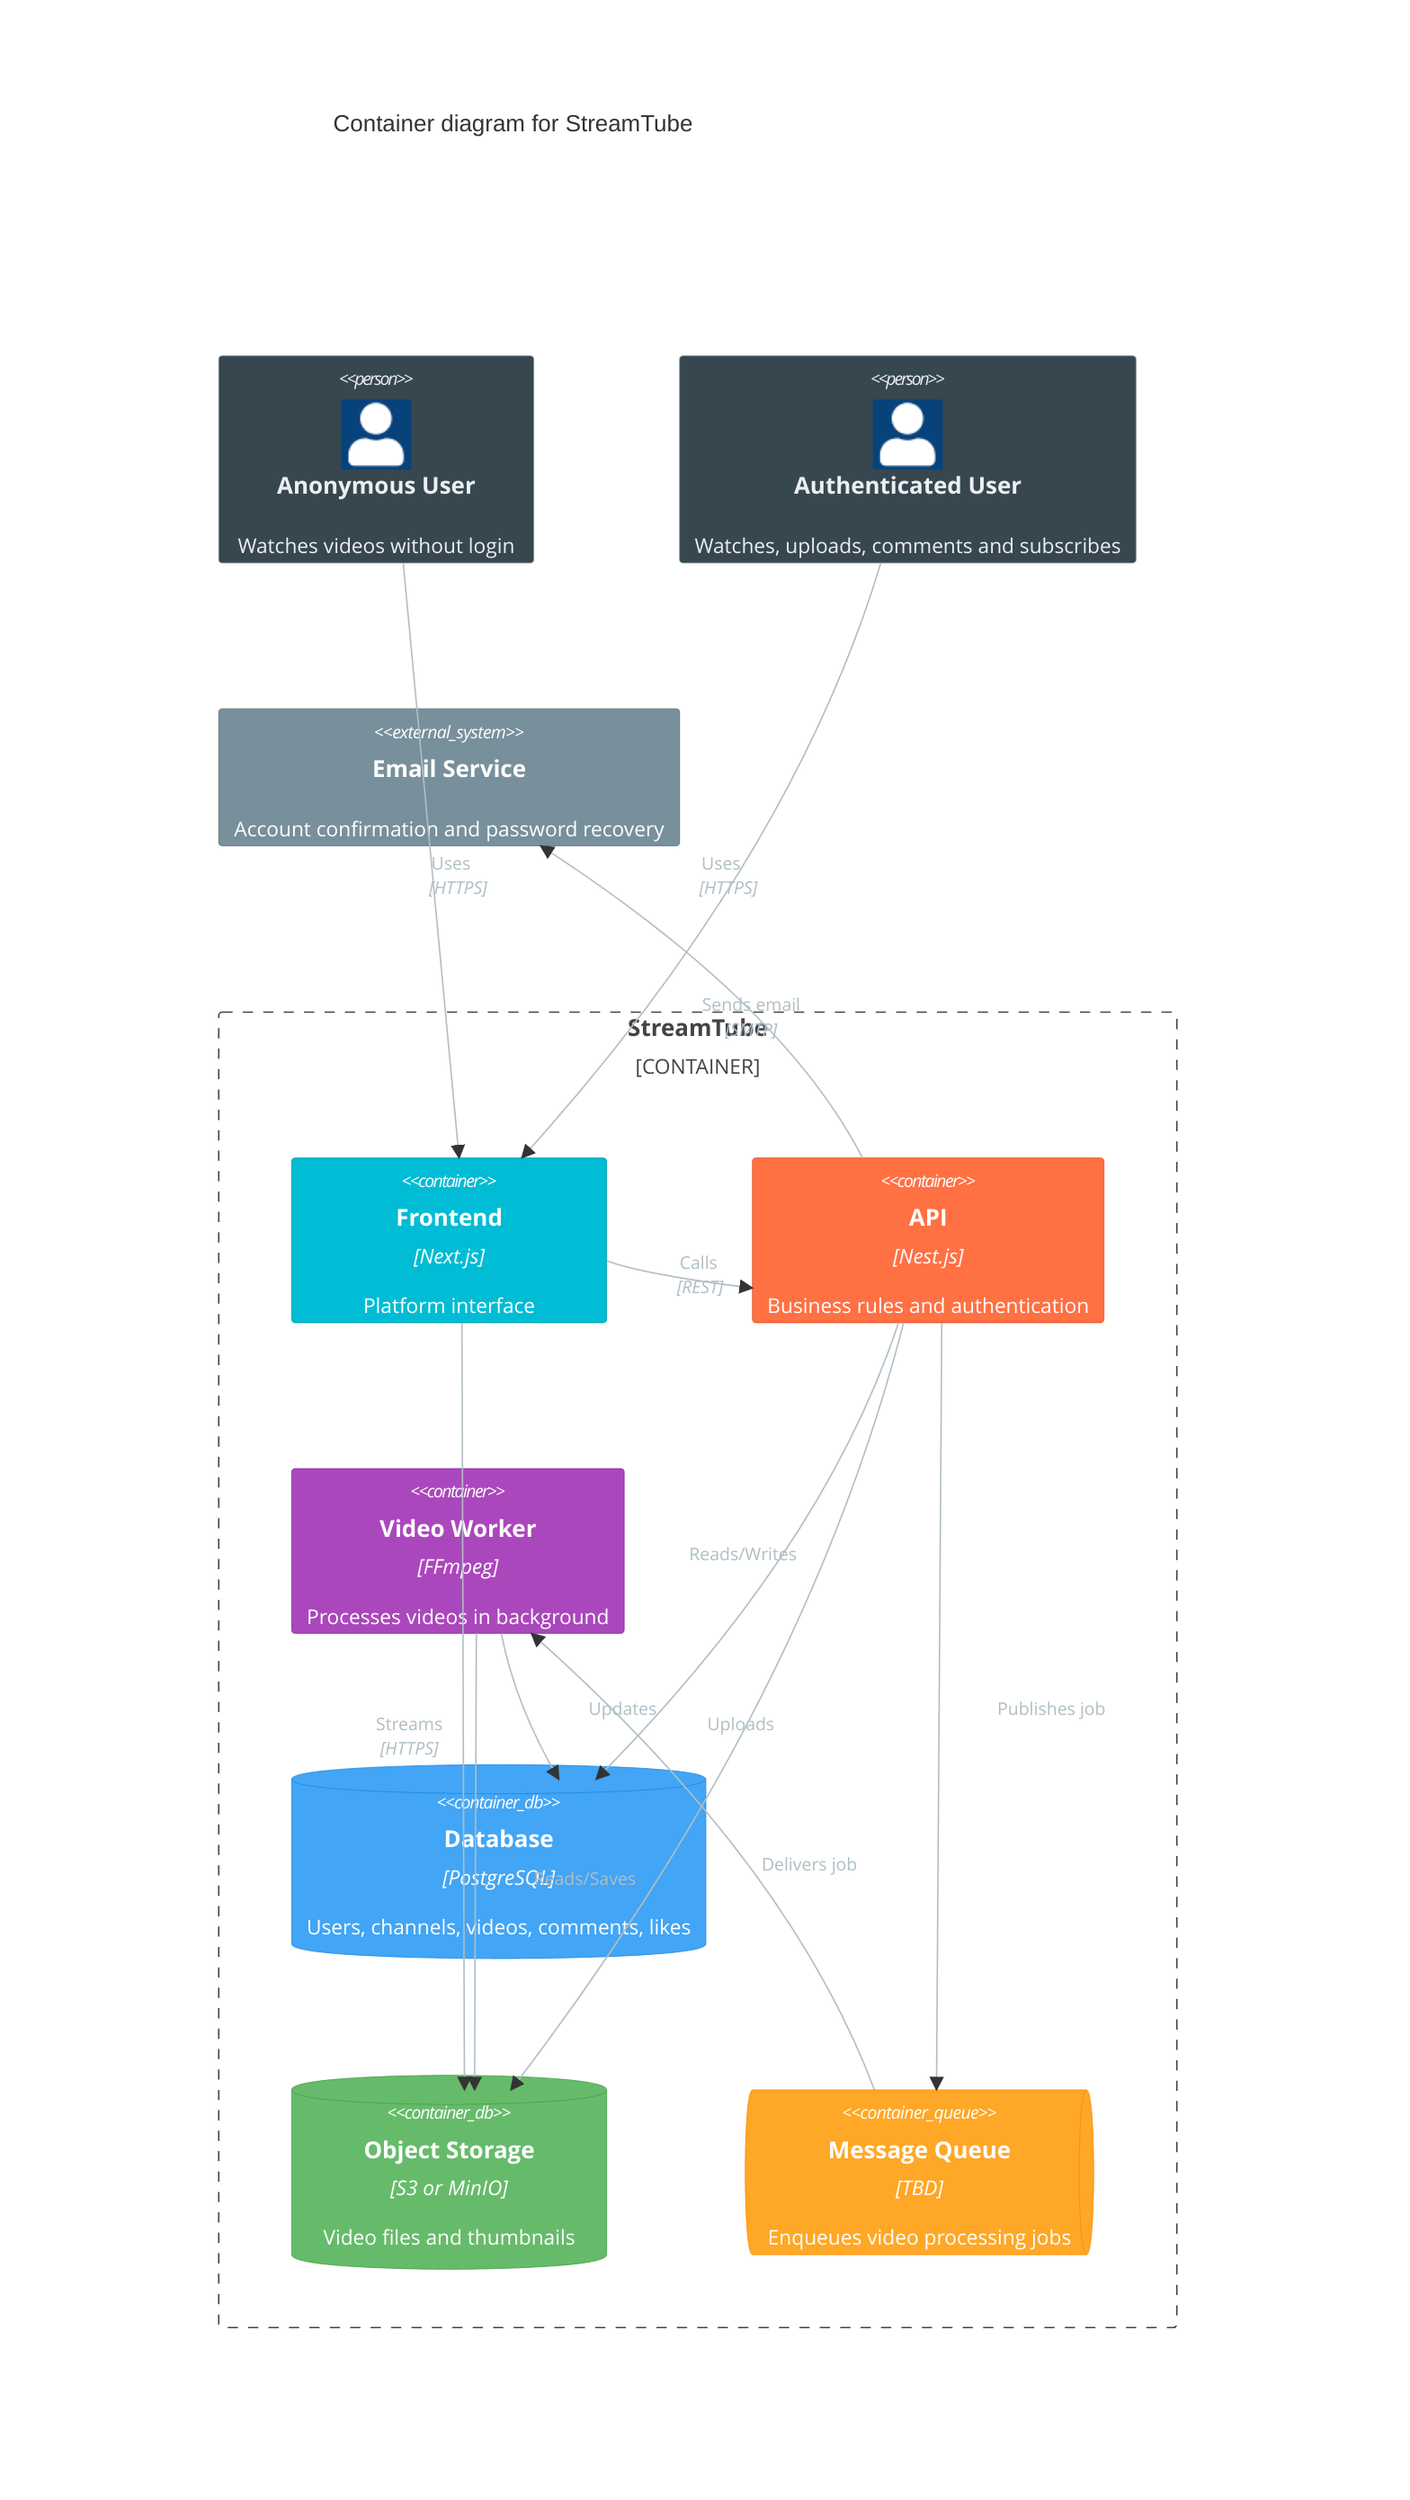
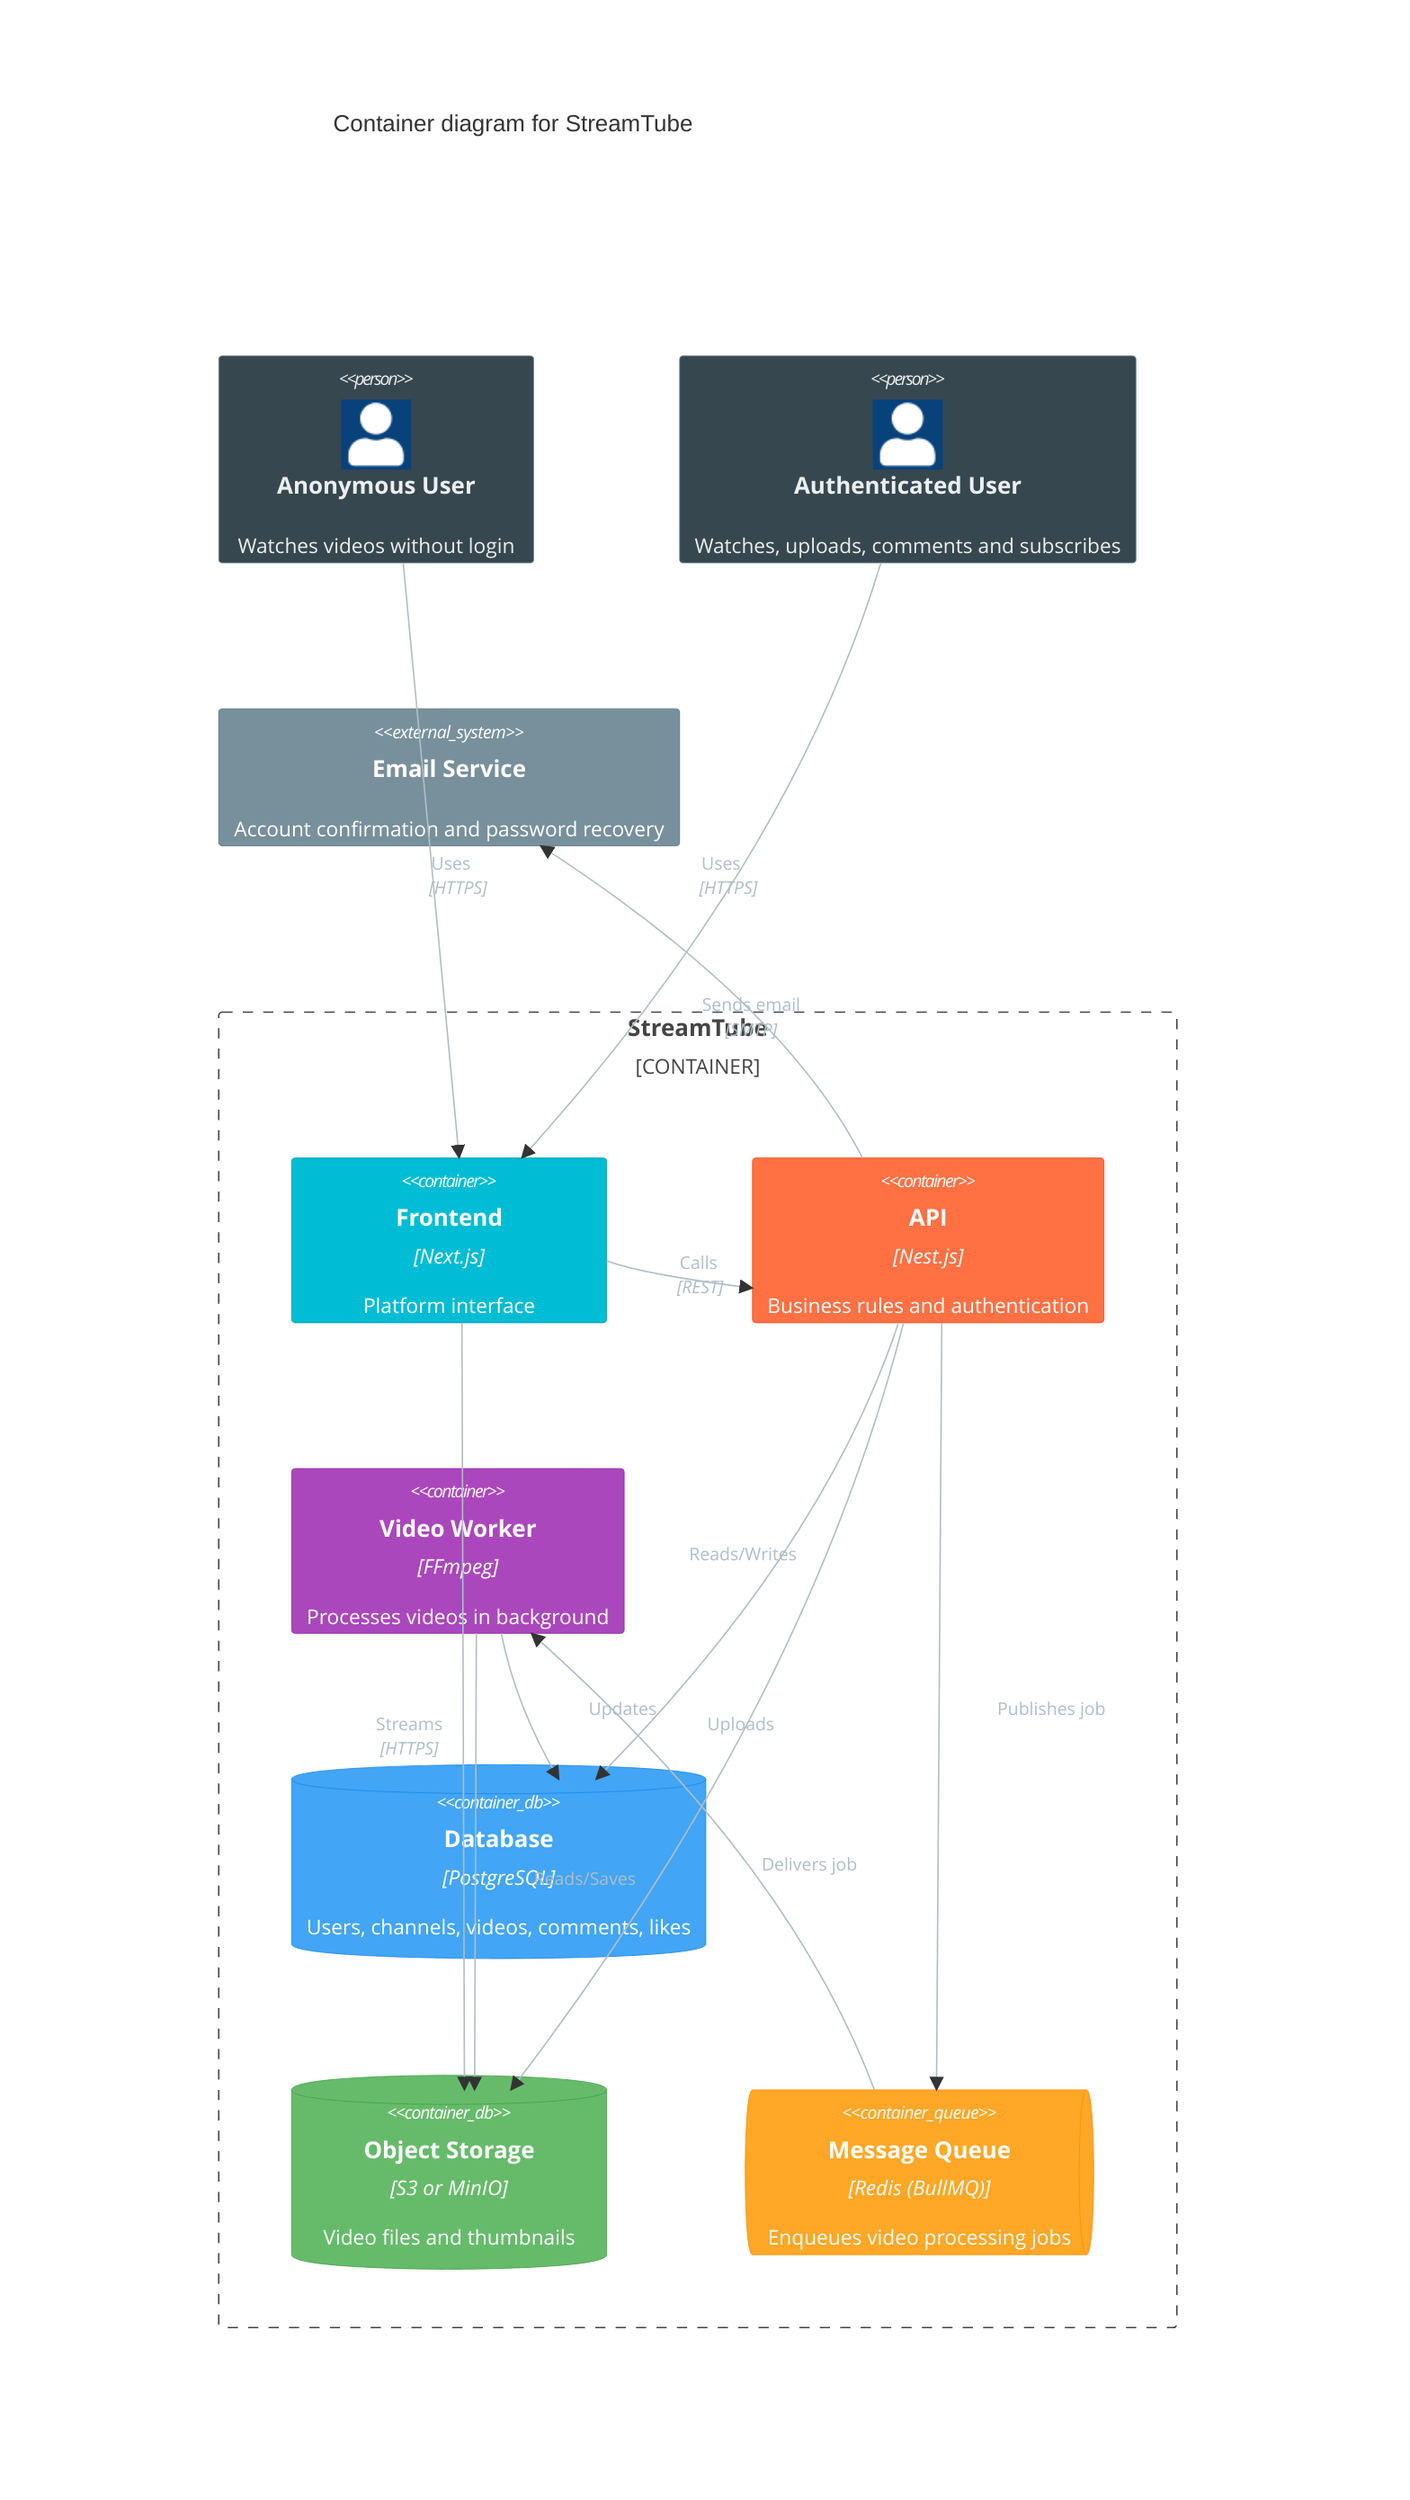
C4Container
    title Container diagram for StreamTube

    Person(anonUser, "Anonymous User", "Watches videos without login")
    Person(authUser, "Authenticated User", "Watches, uploads, comments and subscribes")

    Container_Boundary(c1, "StreamTube") {
        Container(frontend, "Frontend", "Next.js", "Platform interface")
        Container(api, "API", "Nest.js", "Business rules and authentication")
        Container(worker, "Video Worker", "FFmpeg", "Processes videos in background")
        ContainerDb(db, "Database", "PostgreSQL", "Users, channels, videos, comments, likes")
        ContainerDb(storage, "Object Storage", "S3 or MinIO", "Video files and thumbnails")
-         ContainerQueue(queue, "Message Queue", "TBD", "Enqueues video processing jobs")
+         ContainerQueue(queue, "Message Queue", "Redis (BullMQ)", "Enqueues video processing jobs")
    }

    System_Ext(email, "Email Service", "Account confirmation and password recovery")

    Rel(anonUser, frontend, "Uses", "HTTPS")
    Rel(authUser, frontend, "Uses", "HTTPS")
    Rel(frontend, api, "Calls", "REST")
    Rel(frontend, storage, "Streams", "HTTPS")

    Rel(api, db, "Reads/Writes")
    Rel(api, storage, "Uploads")
    Rel(api, queue, "Publishes job")
    Rel(api, email, "Sends email", "SMTP")

    Rel(queue, worker, "Delivers job")
    Rel(worker, storage, "Reads/Saves")
    Rel(worker, db, "Updates")

    UpdateElementStyle(anonUser, $bgColor="#37474F", $fontColor="#ECEFF1", $borderColor="#78909C")
    UpdateElementStyle(authUser, $bgColor="#37474F", $fontColor="#ECEFF1", $borderColor="#78909C")
    UpdateElementStyle(frontend, $bgColor="#00BCD4", $fontColor="#FFFFFF", $borderColor="#0097A7")
    UpdateElementStyle(api, $bgColor="#FF7043", $fontColor="#FFFFFF", $borderColor="#E64A19")
    UpdateElementStyle(worker, $bgColor="#AB47BC", $fontColor="#FFFFFF", $borderColor="#8E24AA")
    UpdateElementStyle(db, $bgColor="#42A5F5", $fontColor="#FFFFFF", $borderColor="#1E88E5")
    UpdateElementStyle(storage, $bgColor="#66BB6A", $fontColor="#FFFFFF", $borderColor="#43A047")
    UpdateElementStyle(queue, $bgColor="#FFA726", $fontColor="#FFFFFF", $borderColor="#FB8C00")
    UpdateElementStyle(email, $bgColor="#78909C", $fontColor="#FFFFFF", $borderColor="#546E7A")

    UpdateRelStyle(anonUser, frontend, $textColor="#B0BEC5", $lineColor="#B0BEC5")
    UpdateRelStyle(authUser, frontend, $textColor="#B0BEC5", $lineColor="#B0BEC5")
    UpdateRelStyle(frontend, api, $textColor="#B0BEC5", $lineColor="#B0BEC5", $offsetY="-10")
    UpdateRelStyle(frontend, storage, $textColor="#B0BEC5", $lineColor="#B0BEC5", $offsetX="-60", $offsetY="10")
    UpdateRelStyle(api, db, $textColor="#B0BEC5", $lineColor="#B0BEC5", $offsetX="-40")
    UpdateRelStyle(api, storage, $textColor="#B0BEC5", $lineColor="#B0BEC5", $offsetY="10")
    UpdateRelStyle(api, queue, $textColor="#B0BEC5", $lineColor="#B0BEC5", $offsetX="40")
    UpdateRelStyle(api, email, $textColor="#B0BEC5", $lineColor="#B0BEC5")
    UpdateRelStyle(queue, worker, $textColor="#B0BEC5", $lineColor="#B0BEC5", $offsetX="40")
    UpdateRelStyle(worker, storage, $textColor="#B0BEC5", $lineColor="#B0BEC5", $offsetX="40", $offsetY="10")
    UpdateRelStyle(worker, db, $textColor="#B0BEC5", $lineColor="#B0BEC5", $offsetX="40")

    UpdateLayoutConfig($c4ShapeInRow="3", $c4BoundaryInRow="1")